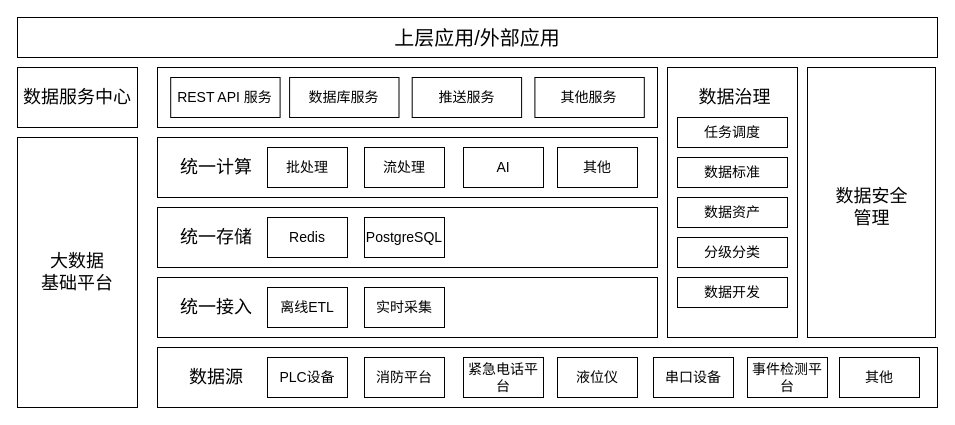
Earlier version of the draw.io diagram 大数据平台架构.drawio (kerwin58/drawio). Source tidied: cells renumbered, new cells numbered last; positions are measured from the earlier drawing's top-left corner, leaving out a move shared by most shapes. Both pictures are drawn from the tidied source at 100%, with x=0, y=0 at pixel (17, 17).
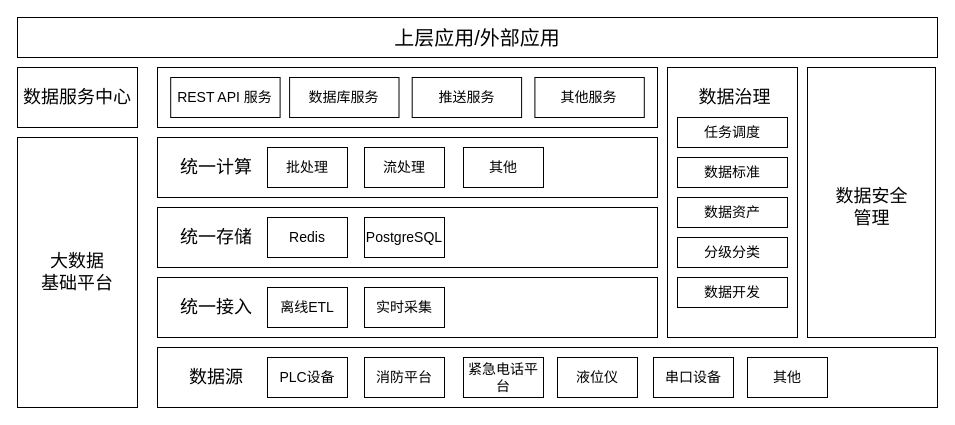
Above is the later version.

Commit message:
更新大数据平台架构.drawio

Diff of the diagram source:
```diff
@@
-    <mxCell id="9" value="&lt;font style=&quot;font-size: 14px;&quot;&gt;AI&lt;/font&gt;" style="rounded=0;whiteSpace=wrap;html=1;" parent="1" vertex="1">
-      <mxGeometry x="446" y="130" width="80" height="40" as="geometry" />
-    </mxCell>
     <mxCell id="10" value="&lt;font style=&quot;font-size: 14px;&quot;&gt;其他&lt;/font&gt;" style="rounded=0;whiteSpace=wrap;html=1;" parent="1" vertex="1">
-      <mxGeometry x="540" y="130" width="80" height="40" as="geometry" />
+      <mxGeometry x="446" y="130" width="80" height="40" as="geometry" />
     </mxCell>
@@
-    <mxCell id="22" value="&lt;span style=&quot;font-size: 14px;&quot;&gt;事件检测平台&lt;/span&gt;" style="rounded=0;whiteSpace=wrap;html=1;" parent="1" vertex="1">
-      <mxGeometry x="730" y="340" width="80" height="40" as="geometry" />
-    </mxCell>
@@
     <mxCell id="27" value="&lt;span style=&quot;font-size: 14px;&quot;&gt;其他&lt;/span&gt;" style="rounded=0;whiteSpace=wrap;html=1;" parent="1" vertex="1">
-      <mxGeometry x="822" y="340" width="80" height="40" as="geometry" />
+      <mxGeometry x="730" y="340" width="80" height="40" as="geometry" />
     </mxCell>
```
